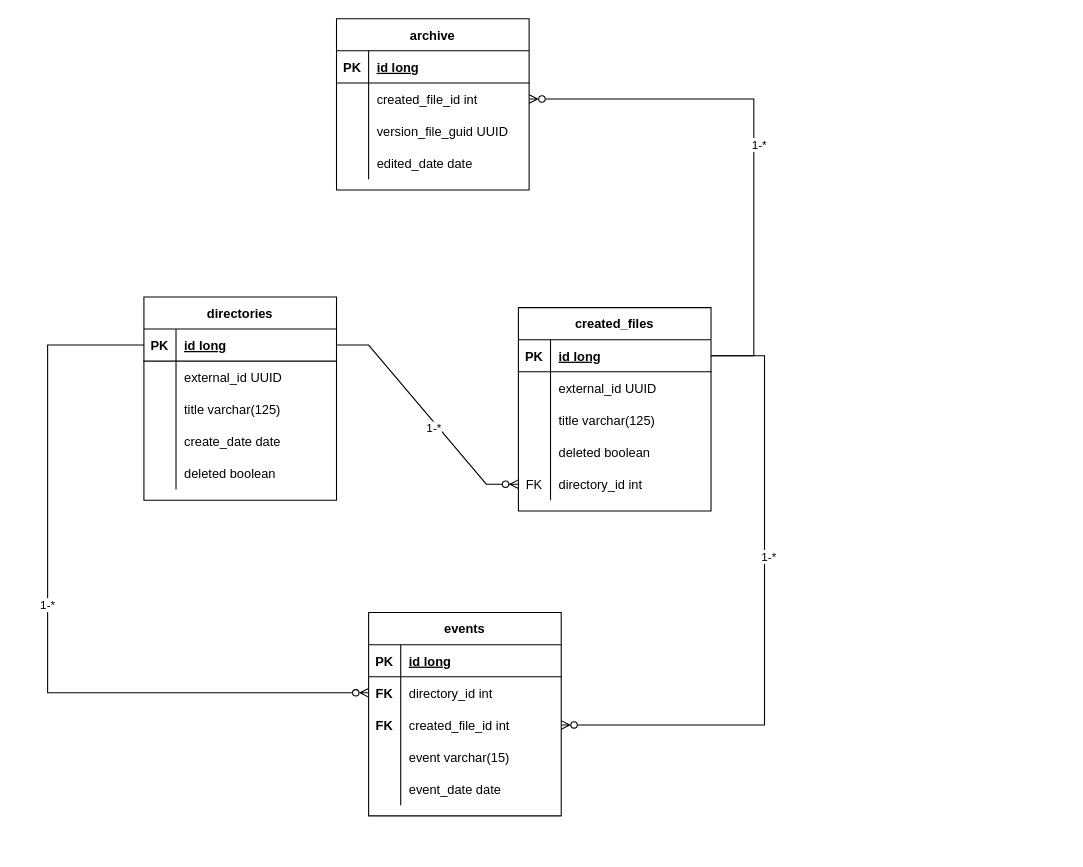
This is back-end/file system ms/database.drawio from carakazov/notes-projects-diagrams, a draw.io file, before an edit. Source tidied: cells renumbered, new cells numbered last; positions are measured from the earlier drawing's top-left corner, leaving out a move shared by most shapes. Both pictures are drawn from the tidied source at 107%, with x=0, y=0 at pixel (47, 18).
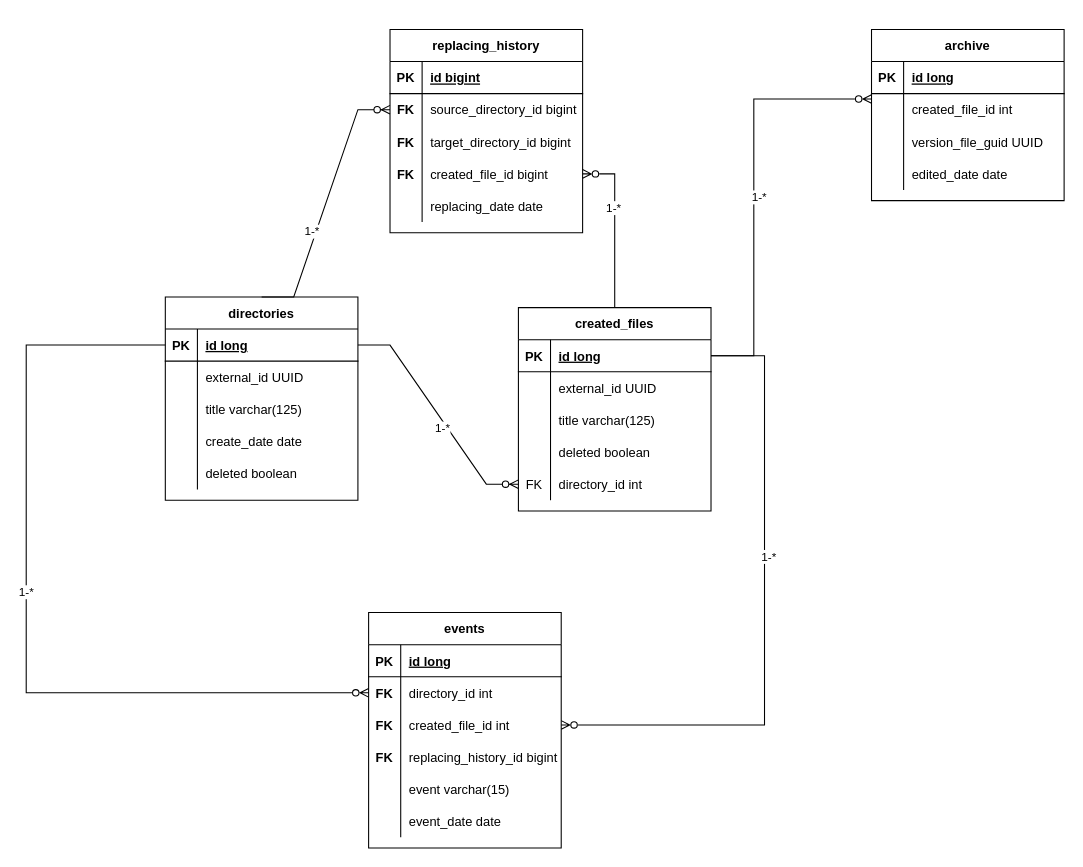
The same diagram, later.

Unchanged cells that the change refers to:
```xml
<mxCell id="3" style="shape=tableRow;horizontal=0;startSize=0;swimlaneHead=0;swimlaneBody=0;fillColor=none;points=[[0,0.5],[1,0.5]];portConstraint=eastwest;top=0;left=0;right=0;bottom=1;" parent="2" vertex="1">
  <mxGeometry y="30" width="180" height="30" as="geometry" />
</mxCell>
<mxCell id="22" value="created_files" style="shape=table;startSize=30;childLayout=tableLayout;rowLines=0;fontStyle=1;align=center;" parent="1" vertex="1">
  <mxGeometry x="440" y="270" width="180" height="190" as="geometry" />
</mxCell>
<mxCell id="44" style="shape=tableRow;horizontal=0;startSize=0;swimlaneHead=0;swimlaneBody=0;fillColor=none;points=[[0,0.5],[1,0.5]];portConstraint=eastwest;top=0;left=0;right=0;bottom=0;" parent="40" vertex="1">
  <mxGeometry y="60" width="180" height="30" as="geometry" />
</mxCell>
```

Diff of the diagram source:
```diff
@@
     <mxCell id="2" value="directories" style="shape=table;startSize=30;childLayout=tableLayout;rowLines=0;fontStyle=1;align=center;" parent="1" vertex="1">
-      <mxGeometry x="90" y="260" width="180" height="190" as="geometry" />
+      <mxGeometry x="110" y="260" width="180" height="190" as="geometry" />
     </mxCell>
@@
+    <mxCell id="71" style="edgeStyle=orthogonalEdgeStyle;rounded=0;jettySize=auto;html=1;entryX=1;entryY=0.5;entryDx=0;entryDy=0;endArrow=ERzeroToMany;endFill=0;" parent="1" edge="1" source="22" target="86">
+      <mxGeometry relative="1" as="geometry" />
+    </mxCell>
+    <mxCell id="72" value="1-*" style="edgeLabel;html=1;align=center;verticalAlign=middle;" parent="71" vertex="1">
+      <mxGeometry x="0.21" y="2" relative="1" as="geometry" />
+    </mxCell>
@@
     <mxCell id="40" value="events" style="shape=table;startSize=30;childLayout=tableLayout;rowLines=0;fontStyle=1;align=center;" parent="1" vertex="1">
-      <mxGeometry x="300" y="555" width="180" height="190" as="geometry" />
+      <mxGeometry x="300" y="555" width="180" height="220" as="geometry" />
     </mxCell>
@@
+    <mxCell id="73" style="shape=tableRow;horizontal=0;startSize=0;swimlaneHead=0;swimlaneBody=0;fillColor=none;top=0;left=0;right=0;bottom=0;" parent="40" vertex="1">
+      <mxGeometry y="120" width="180" height="30" as="geometry" />
+    </mxCell>
+    <mxCell id="74" value="FK" style="shape=partialRectangle;fillColor=none;top=0;left=0;bottom=0;right=0;fontStyle=1;overflow=hidden;" parent="73" vertex="1">
+      <mxGeometry width="30" height="30" as="geometry" />
+    </mxCell>
+    <mxCell id="75" value="replacing_history_id bigint" style="shape=partialRectangle;fillColor=none;top=0;left=0;bottom=0;right=0;align=left;spacingLeft=6;fontStyle=0;overflow=hidden;" parent="73" vertex="1">
+      <mxGeometry x="30" width="150" height="30" as="geometry" />
+    </mxCell>
     <mxCell id="50" style="shape=tableRow;horizontal=0;startSize=0;swimlaneHead=0;swimlaneBody=0;fillColor=none;top=0;left=0;right=0;bottom=0;" parent="40" vertex="1">
-      <mxGeometry y="120" width="180" height="30" as="geometry" />
+      <mxGeometry y="150" width="180" height="30" as="geometry" />
     </mxCell>
@@
     <mxCell id="53" style="shape=tableRow;horizontal=0;startSize=0;swimlaneHead=0;swimlaneBody=0;fillColor=none;top=0;left=0;right=0;bottom=0;" parent="40" vertex="1">
-      <mxGeometry y="150" width="180" height="30" as="geometry" />
+      <mxGeometry y="180" width="180" height="30" as="geometry" />
     </mxCell>
@@
     <mxCell id="56" style="edgeStyle=orthogonalEdgeStyle;rounded=0;jettySize=auto;html=1;endArrow=ERzeroToMany;endFill=0;entryX=0;entryY=0.5;entryDx=0;entryDy=0;" parent="1" edge="1" source="3" target="44">
       <mxGeometry relative="1" as="geometry">
         <Array as="points">
-          <mxPoint y="305" />
-          <mxPoint y="630" />
+          <mxPoint x="-20" y="305" />
+          <mxPoint x="-20" y="630" />
         </Array>
       </mxGeometry>
     </mxCell>
@@
     <mxCell id="58" value="archive" style="shape=table;startSize=30;childLayout=tableLayout;rowLines=0;fontStyle=1;align=center;" parent="1" vertex="1">
-      <mxGeometry x="270" width="180" height="160" as="geometry" />
+      <mxGeometry x="770" y="10" width="180" height="160" as="geometry" />
     </mxCell>
@@
+    <mxCell id="76" value="replacing_history" style="shape=table;startSize=30;childLayout=tableLayout;rowLines=0;fontStyle=1;align=center;" parent="1" vertex="1">
+      <mxGeometry x="320" y="10" width="180" height="190" as="geometry" />
+    </mxCell>
+    <mxCell id="77" style="shape=tableRow;horizontal=0;startSize=0;swimlaneHead=0;swimlaneBody=0;fillColor=none;top=0;left=0;right=0;bottom=1;" parent="76" vertex="1">
+      <mxGeometry y="30" width="180" height="30" as="geometry" />
+    </mxCell>
+    <mxCell id="78" value="PK" style="shape=partialRectangle;fillColor=none;top=0;left=0;bottom=0;right=0;fontStyle=1;overflow=hidden;" parent="77" vertex="1">
+      <mxGeometry width="30" height="30" as="geometry" />
+    </mxCell>
+    <mxCell id="79" value="id bigint" style="shape=partialRectangle;fillColor=none;top=0;left=0;bottom=0;right=0;align=left;spacingLeft=6;fontStyle=5;overflow=hidden;" parent="77" vertex="1">
+      <mxGeometry x="30" width="150" height="30" as="geometry" />
+    </mxCell>
+    <mxCell id="80" style="shape=tableRow;horizontal=0;startSize=0;swimlaneHead=0;swimlaneBody=0;fillColor=none;points=[[0,0.5],[1,0.5]];portConstraint=eastwest;top=0;left=0;right=0;bottom=0;" parent="76" vertex="1">
+      <mxGeometry y="60" width="180" height="30" as="geometry" />
+    </mxCell>
+    <mxCell id="81" value="FK" style="shape=partialRectangle;fillColor=none;top=0;left=0;bottom=0;right=0;overflow=hidden;fontStyle=1;" parent="80" vertex="1">
+      <mxGeometry width="30" height="30" as="geometry" />
+    </mxCell>
+    <mxCell id="82" value="source_directory_id bigint" style="shape=partialRectangle;fillColor=none;top=0;left=0;bottom=0;right=0;align=left;spacingLeft=6;overflow=hidden;" parent="80" vertex="1">
+      <mxGeometry x="30" width="150" height="30" as="geometry" />
+    </mxCell>
+    <mxCell id="83" style="shape=tableRow;horizontal=0;startSize=0;swimlaneHead=0;swimlaneBody=0;fillColor=none;top=0;left=0;right=0;bottom=0;" parent="76" vertex="1">
+      <mxGeometry y="90" width="180" height="30" as="geometry" />
+    </mxCell>
+    <mxCell id="84" value="FK" style="shape=partialRectangle;fillColor=none;top=0;left=0;bottom=0;right=0;overflow=hidden;fontStyle=1;" parent="83" vertex="1">
+      <mxGeometry width="30" height="30" as="geometry" />
+    </mxCell>
+    <mxCell id="85" value="target_directory_id bigint" style="shape=partialRectangle;fillColor=none;top=0;left=0;bottom=0;right=0;align=left;spacingLeft=6;overflow=hidden;" parent="83" vertex="1">
+      <mxGeometry x="30" width="150" height="30" as="geometry" />
+    </mxCell>
+    <mxCell id="86" style="shape=tableRow;horizontal=0;startSize=0;swimlaneHead=0;swimlaneBody=0;fillColor=none;points=[[0,0.5],[1,0.5]];portConstraint=eastwest;top=0;left=0;right=0;bottom=0;" parent="76" vertex="1">
+      <mxGeometry y="120" width="180" height="30" as="geometry" />
+    </mxCell>
+    <mxCell id="87" value="FK" style="shape=partialRectangle;fillColor=none;top=0;left=0;bottom=0;right=0;overflow=hidden;fontStyle=1;" parent="86" vertex="1">
+      <mxGeometry width="30" height="30" as="geometry" />
+    </mxCell>
+    <mxCell id="88" value="created_file_id bigint" style="shape=partialRectangle;fillColor=none;top=0;left=0;bottom=0;right=0;align=left;spacingLeft=6;overflow=hidden;" parent="86" vertex="1">
+      <mxGeometry x="30" width="150" height="30" as="geometry" />
+    </mxCell>
+    <mxCell id="89" style="shape=tableRow;horizontal=0;startSize=0;swimlaneHead=0;swimlaneBody=0;fillColor=none;top=0;left=0;right=0;bottom=0;" parent="76" vertex="1">
+      <mxGeometry y="150" width="180" height="30" as="geometry" />
+    </mxCell>
+    <mxCell id="90" style="shape=partialRectangle;fillColor=none;top=0;left=0;bottom=0;right=0;overflow=hidden;" parent="89" vertex="1">
+      <mxGeometry width="30" height="30" as="geometry" />
+    </mxCell>
+    <mxCell id="91" value="replacing_date date" style="shape=partialRectangle;fillColor=none;top=0;left=0;bottom=0;right=0;align=left;spacingLeft=6;overflow=hidden;" parent="89" vertex="1">
+      <mxGeometry x="30" width="150" height="30" as="geometry" />
+    </mxCell>
+    <mxCell id="92" style="edgeStyle=entityRelationEdgeStyle;fontSize=12;html=1;endArrow=ERzeroToMany;endFill=1;rounded=0;exitX=0.5;exitY=0;exitDx=0;exitDy=0;entryX=0;entryY=0.5;entryDx=0;entryDy=0;" parent="1" edge="1" source="2" target="80">
+      <mxGeometry relative="1" as="geometry" />
+    </mxCell>
+    <mxCell id="93" value="1-*" style="edgeLabel;html=1;align=center;verticalAlign=middle;" parent="92" vertex="1">
+      <mxGeometry x="-0.23" y="4" relative="1" as="geometry" />
+    </mxCell>
```
